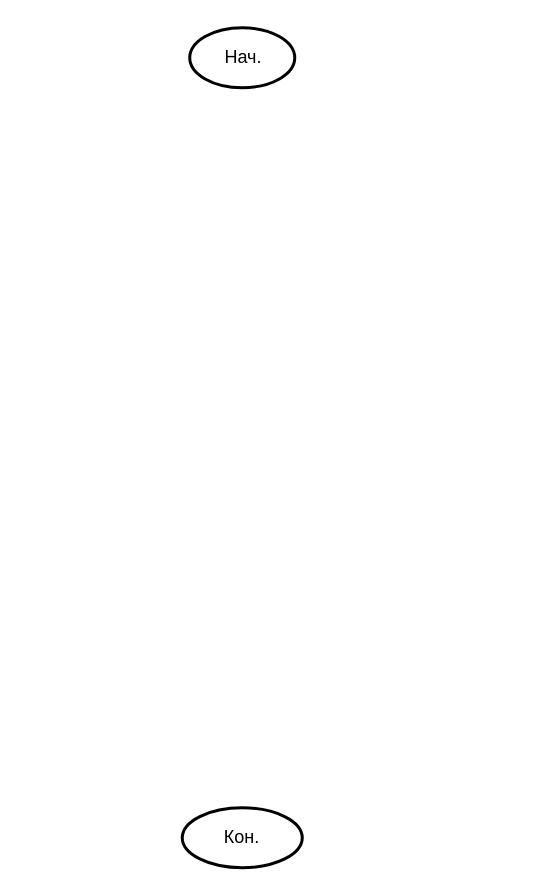
Before: Блок_схема_дешифрованияTEA.drawio in EvAnGEL0/databases, a draw.io diagram. Source tidied: cells renumbered, new cells numbered last; positions are measured from the earlier drawing's top-left corner, leaving out a move shared by most shapes. Both pictures are drawn from the tidied source at 150%, with x=0, y=0 at pixel (182, 27).
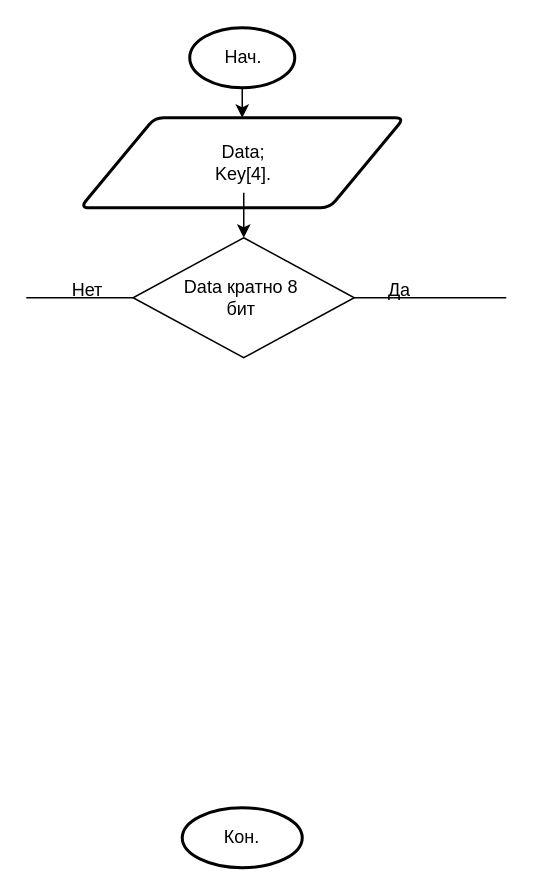
Above is the later version.

The change refers to these unchanged cells:
```xml
<mxCell id="3" style="strokeWidth=2;html=1;shape=mxgraph.flowchart.start_1;whiteSpace=wrap;" parent="2" vertex="1">
  <mxGeometry width="70" height="40" as="geometry" />
</mxCell>
```

What changed in the source:
```diff
@@
+    <mxCell id="8" style="shape=parallelogram;html=1;strokeWidth=2;perimeter=parallelogramPerimeter;whiteSpace=wrap;rounded=1;arcSize=12;size=0.23;" parent="1" vertex="1">
+      <mxGeometry x="-68" y="60" width="216" height="60" as="geometry" />
+    </mxCell>
+    <mxCell id="9" style="edgeStyle=orthogonalEdgeStyle;rounded=0;jettySize=auto;html=1;exitX=0.5;exitY=1;exitDx=0;exitDy=0;exitPerimeter=0;entryX=0.5;entryY=0;entryDx=0;entryDy=0;" parent="1" edge="1" source="3" target="8">
+      <mxGeometry relative="1" as="geometry" />
+    </mxCell>
+    <mxCell id="10" style="edgeStyle=orthogonalEdgeStyle;rounded=0;jettySize=auto;html=1;" parent="1" edge="1" source="11" target="13">
+      <mxGeometry relative="1" as="geometry" />
+    </mxCell>
+    <mxCell id="11" value="Data;&lt;div&gt;Key[4].&lt;/div&gt;" style="text;html=1;whiteSpace=wrap;strokeColor=none;fillColor=none;align=center;verticalAlign=middle;rounded=0;" parent="1" vertex="1">
+      <mxGeometry x="-14" y="70" width="110" height="40" as="geometry" />
+    </mxCell>
+    <mxCell id="12" style="group;" parent="1" vertex="1">
+      <mxGeometry x="-32.8" y="140" width="147.5" height="80" as="geometry" />
+    </mxCell>
+    <mxCell id="13" style="rhombus;whiteSpace=wrap;html=1;" parent="12" vertex="1">
+      <mxGeometry width="147.5" height="80" as="geometry" />
+    </mxCell>
+    <mxCell id="14" value="Data кратно 8 бит" style="text;html=1;whiteSpace=wrap;strokeColor=none;fillColor=none;align=center;verticalAlign=middle;rounded=0;" parent="12" vertex="1">
+      <mxGeometry x="30" y="25" width="85" height="30" as="geometry" />
+    </mxCell>
+    <mxCell id="15" style="endArrow=none;html=1;rounded=0;entryX=1;entryY=0.5;entryDx=0;entryDy=0;" parent="1" edge="1" target="13">
+      <mxGeometry relative="1" as="geometry">
+        <mxPoint x="216" y="180" as="sourcePoint" />
+      </mxGeometry>
+    </mxCell>
+    <mxCell id="16" value="Да" style="text;html=1;whiteSpace=wrap;strokeColor=none;fillColor=none;align=center;verticalAlign=middle;rounded=0;" parent="1" vertex="1">
+      <mxGeometry x="114.8" y="160" width="60" height="30" as="geometry" />
+    </mxCell>
+    <mxCell id="17" style="endArrow=none;html=1;rounded=0;entryX=0;entryY=0.5;entryDx=0;entryDy=0;" parent="1" edge="1" target="13">
+      <mxGeometry relative="1" as="geometry">
+        <mxPoint x="-104" y="180" as="sourcePoint" />
+      </mxGeometry>
+    </mxCell>
+    <mxCell id="18" value="Нет" style="text;html=1;whiteSpace=wrap;strokeColor=none;fillColor=none;align=center;verticalAlign=middle;rounded=0;" parent="1" vertex="1">
+      <mxGeometry x="-92.8" y="160" width="60" height="30" as="geometry" />
+    </mxCell>
```
